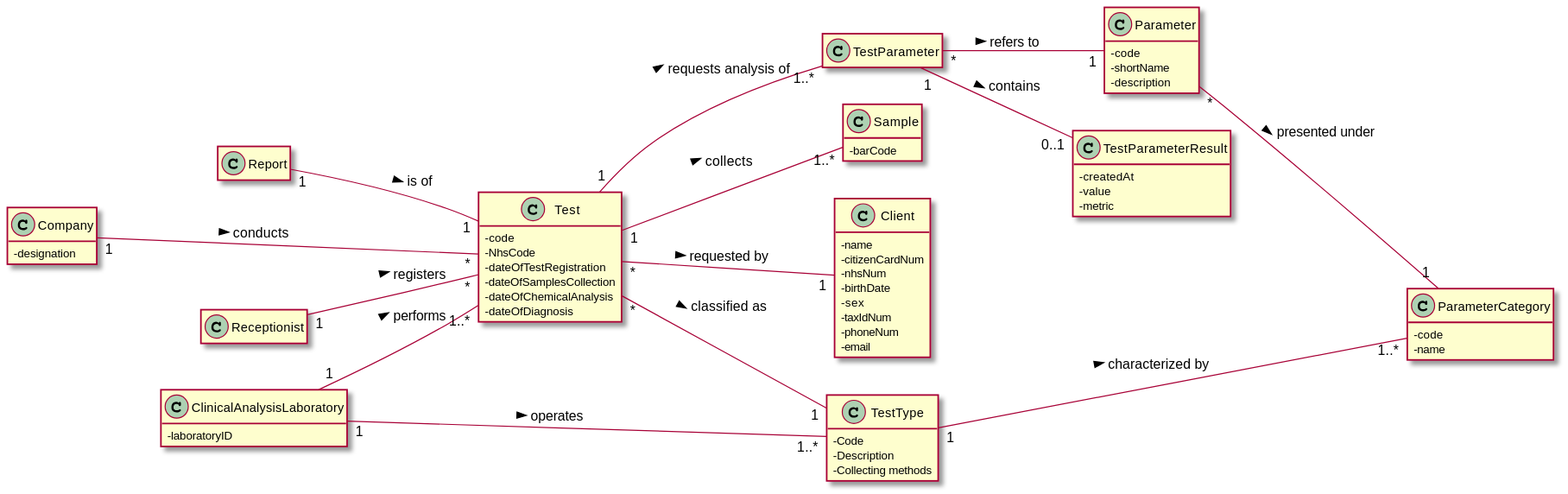
Above: docs/SprintC/US_4/US4_DM.svg in martamribeiro/ISEP_2020_2021_LAPR2 (PlantUML), before the change.
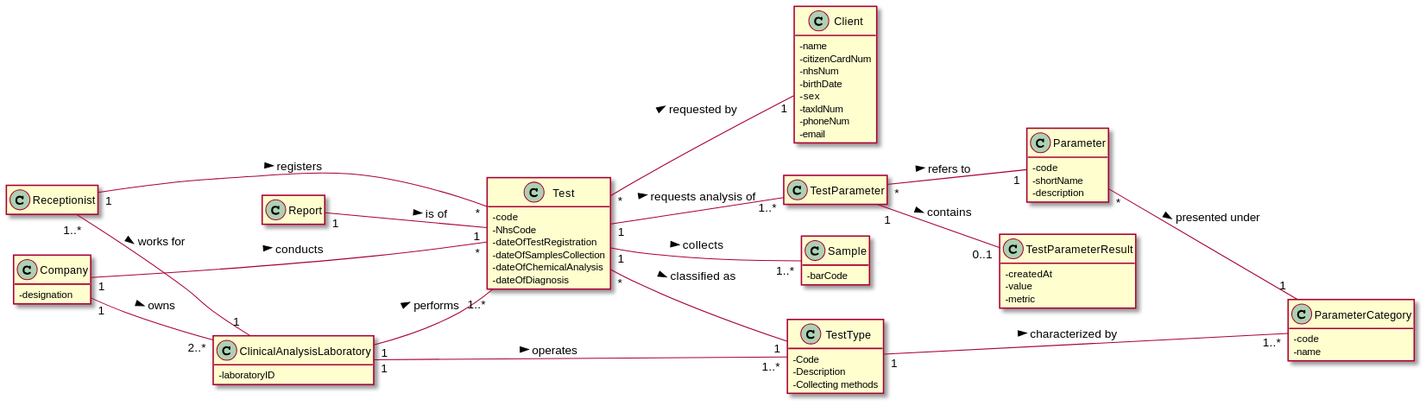
After the commit.

Change to the diagram source:
```diff
@@ -74,4 +74,6 @@
 ClinicalAnalysisLaboratory "1" -- "1..*" TestType : operates >
 ClinicalAnalysisLaboratory "1" -- "1..*" Test : performs >
 Company "1" --- "*" Test : conducts >
+Receptionist "1..*" -- "1" ClinicalAnalysisLaboratory : works for >
+Company "1" -- "2..*" ClinicalAnalysisLaboratory : owns >
 @enduml
```
